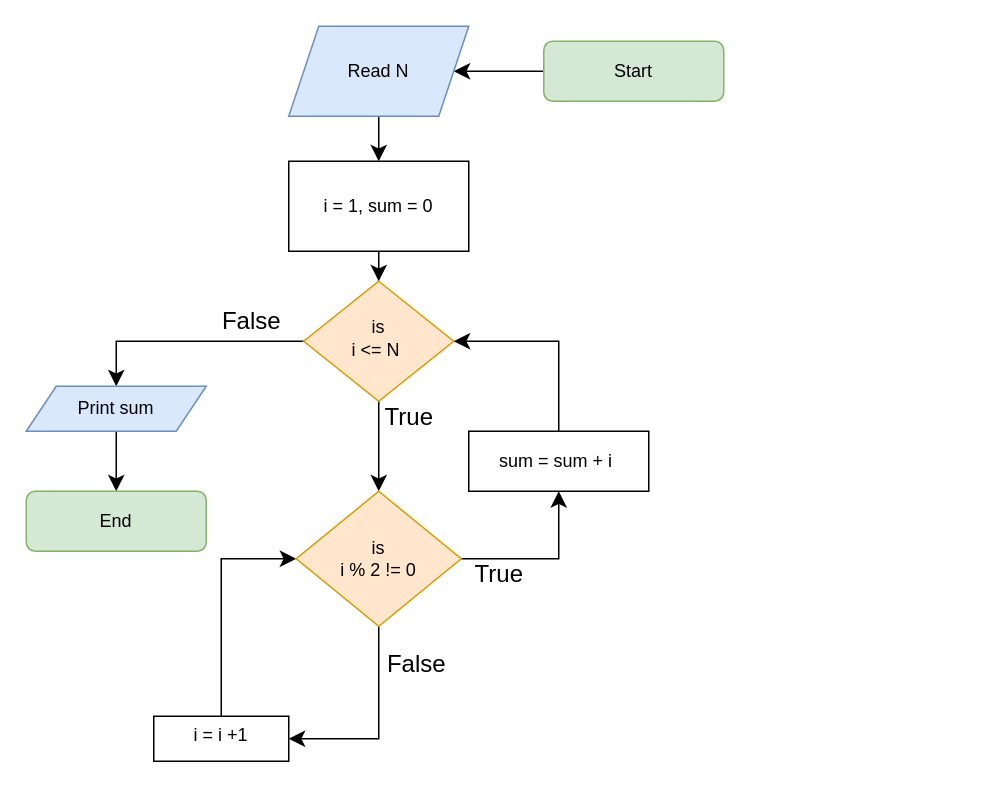
The draw.io diagram Exercise1_14.drawio in LONGDKZdev/Flowchart, before the edit. Source tidied: cells renumbered, new cells numbered last; positions are measured from the earlier drawing's top-left corner, leaving out a move shared by most shapes. Both pictures are drawn from the tidied source at 150%, with x=0, y=0 at pixel (26, 26).
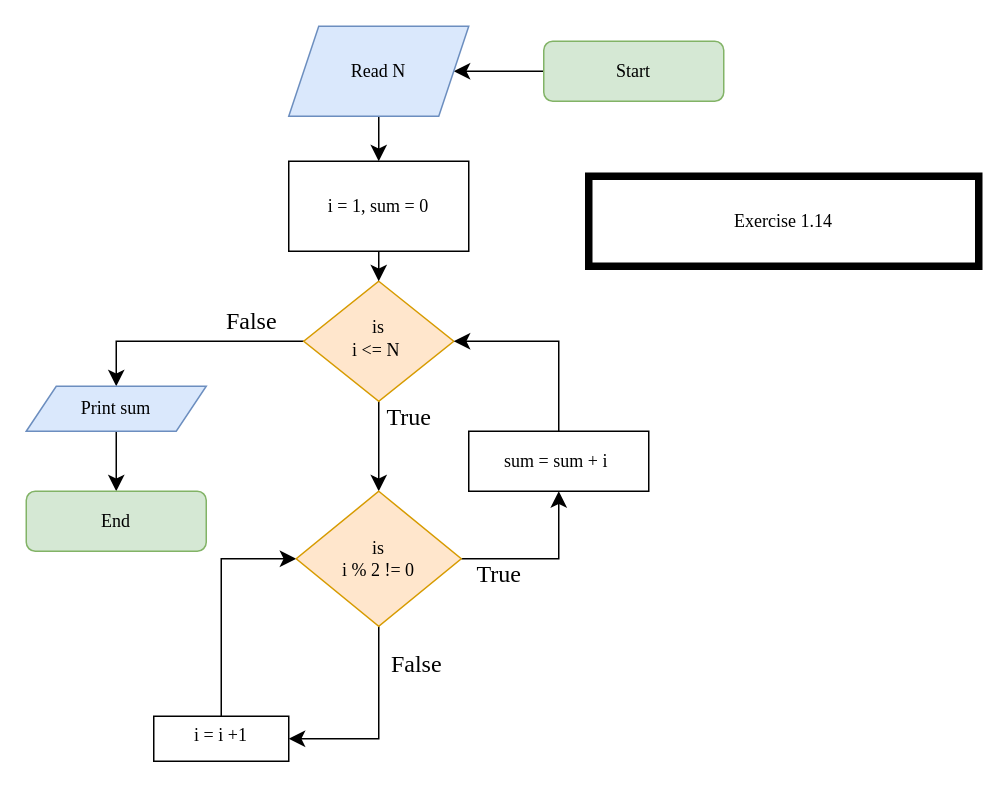
After the change.

The edit, as a diff of the source:
```diff
@@
-    <mxCell id="2" style="edgeStyle=none;curved=1;rounded=0;jettySize=auto;html=1;fontSize=12;startSize=8;endSize=8;" parent="1" edge="1" source="3" target="8">
+    <mxCell id="2" style="edgeStyle=none;curved=1;rounded=0;jettySize=auto;html=1;fontSize=12;startSize=8;endSize=8;fontFamily=Times New Roman;" parent="1" edge="1" source="3" target="8">
       <mxGeometry relative="1" as="geometry" />
     </mxCell>
-    <mxCell id="3" value="Start" style="rounded=1;whiteSpace=wrap;html=1;fontSize=12;glass=0;strokeWidth=1;shadow=0;fillColor=#d5e8d4;strokeColor=#82b366;" parent="1" vertex="1">
+    <mxCell id="3" value="Start" style="rounded=1;whiteSpace=wrap;html=1;fontSize=12;glass=0;strokeWidth=1;shadow=0;fillColor=#d5e8d4;strokeColor=#82b366;fontFamily=Times New Roman;" parent="1" vertex="1">
       <mxGeometry x="345" y="10" width="120" height="40" as="geometry" />
     </mxCell>
-    <mxCell id="4" style="edgeStyle=none;curved=1;rounded=0;jettySize=auto;html=1;fontSize=12;startSize=8;endSize=8;" parent="1" edge="1" source="6" target="17">
+    <mxCell id="4" style="edgeStyle=none;curved=1;rounded=0;jettySize=auto;html=1;fontSize=12;startSize=8;endSize=8;fontFamily=Times New Roman;" parent="1" edge="1" source="6" target="17">
       <mxGeometry relative="1" as="geometry" />
     </mxCell>
-    <mxCell id="5" style="edgeStyle=orthogonalEdgeStyle;rounded=0;jettySize=auto;html=1;entryX=0.5;entryY=0;entryDx=0;entryDy=0;fontSize=12;startSize=8;endSize=8;" parent="1" edge="1" source="6" target="20">
+    <mxCell id="5" style="edgeStyle=orthogonalEdgeStyle;rounded=0;jettySize=auto;html=1;entryX=0.5;entryY=0;entryDx=0;entryDy=0;fontSize=12;startSize=8;endSize=8;fontFamily=Times New Roman;" parent="1" edge="1" source="6" target="20">
       <mxGeometry relative="1" as="geometry" />
     </mxCell>
-    <mxCell id="6" value="is&lt;div&gt;i &amp;lt;= N&amp;nbsp;&lt;/div&gt;" style="rhombus;whiteSpace=wrap;html=1;shadow=0;fontFamily=Helvetica;fontSize=12;align=center;strokeWidth=1;spacing=6;spacingTop=-4;fillColor=#ffe6cc;strokeColor=#d79b00;" parent="1" vertex="1">
+    <mxCell id="6" value="is&lt;div&gt;i &amp;lt;= N&amp;nbsp;&lt;/div&gt;" style="rhombus;whiteSpace=wrap;html=1;shadow=0;fontFamily=Times New Roman;fontSize=12;align=center;strokeWidth=1;spacing=6;spacingTop=-4;fillColor=#ffe6cc;strokeColor=#d79b00;" parent="1" vertex="1">
       <mxGeometry x="185" y="170" width="100" height="80" as="geometry" />
     </mxCell>
-    <mxCell id="7" style="edgeStyle=none;curved=1;rounded=0;jettySize=auto;html=1;fontSize=12;startSize=8;endSize=8;" parent="1" edge="1" source="8" target="10">
+    <mxCell id="7" style="edgeStyle=none;curved=1;rounded=0;jettySize=auto;html=1;fontSize=12;startSize=8;endSize=8;fontFamily=Times New Roman;" parent="1" edge="1" source="8" target="10">
       <mxGeometry relative="1" as="geometry" />
     </mxCell>
-    <mxCell id="8" value="Read N" style="shape=parallelogram;perimeter=parallelogramPerimeter;whiteSpace=wrap;html=1;fixedSize=1;fillColor=#dae8fc;strokeColor=#6c8ebf;" parent="1" vertex="1">
+    <mxCell id="8" value="Read N" style="shape=parallelogram;perimeter=parallelogramPerimeter;whiteSpace=wrap;html=1;fixedSize=1;fillColor=#dae8fc;strokeColor=#6c8ebf;fontFamily=Times New Roman;" parent="1" vertex="1">
       <mxGeometry x="175" width="120" height="60" as="geometry" />
     </mxCell>
-    <mxCell id="9" style="edgeStyle=none;curved=1;rounded=0;jettySize=auto;html=1;entryX=0.5;entryY=0;entryDx=0;entryDy=0;fontSize=12;startSize=8;endSize=8;" parent="1" edge="1" source="10" target="6">
+    <mxCell id="9" style="edgeStyle=none;curved=1;rounded=0;jettySize=auto;html=1;entryX=0.5;entryY=0;entryDx=0;entryDy=0;fontSize=12;startSize=8;endSize=8;fontFamily=Times New Roman;" parent="1" edge="1" source="10" target="6">
       <mxGeometry relative="1" as="geometry" />
     </mxCell>
-    <mxCell id="10" value="i = 1, sum = 0" style="whiteSpace=wrap;html=1;" parent="1" vertex="1">
+    <mxCell id="10" value="i = 1, sum = 0" style="whiteSpace=wrap;html=1;fontFamily=Times New Roman;" parent="1" vertex="1">
       <mxGeometry x="175" y="90" width="120" height="60" as="geometry" />
     </mxCell>
-    <mxCell id="11" value="False" style="text;html=1;align=center;verticalAlign=middle;strokeColor=none;fillColor=none;fontSize=16;" parent="1" vertex="1">
+    <mxCell id="11" value="False" style="text;html=1;align=center;verticalAlign=middle;strokeColor=none;fillColor=none;fontSize=16;fontFamily=Times New Roman;" parent="1" vertex="1">
       <mxGeometry x="120" y="181" width="60" height="30" as="geometry" />
     </mxCell>
-    <mxCell id="12" style="edgeStyle=orthogonalEdgeStyle;rounded=0;jettySize=auto;html=1;entryX=0;entryY=0.5;entryDx=0;entryDy=0;fontSize=12;startSize=8;endSize=8;exitX=0.5;exitY=0;exitDx=0;exitDy=0;" parent="1" edge="1" target="17">
+    <mxCell id="12" style="edgeStyle=orthogonalEdgeStyle;rounded=0;jettySize=auto;html=1;entryX=0;entryY=0.5;entryDx=0;entryDy=0;fontSize=12;startSize=8;endSize=8;exitX=0.5;exitY=0;exitDx=0;exitDy=0;fontFamily=Times New Roman;" parent="1" edge="1" target="17">
       <mxGeometry relative="1" as="geometry">
         <mxPoint x="130" y="460" as="sourcePoint" />
         <Array as="points">
           <mxPoint x="130" y="355" />
         </Array>
       </mxGeometry>
     </mxCell>
-    <mxCell id="13" value="i = i +1" style="whiteSpace=wrap;html=1;shadow=0;strokeWidth=1;spacing=6;spacingTop=-4;" parent="1" vertex="1">
+    <mxCell id="13" value="i = i +1" style="whiteSpace=wrap;html=1;shadow=0;strokeWidth=1;spacing=6;spacingTop=-4;fontFamily=Times New Roman;" parent="1" vertex="1">
       <mxGeometry x="85" y="460" width="90" height="30" as="geometry" />
     </mxCell>
-    <mxCell id="14" value="True" style="text;html=1;align=center;verticalAlign=middle;strokeColor=none;fillColor=none;fontSize=16;" parent="1" vertex="1">
-      <mxGeometry x="225" y="245" width="60" height="30" as="geometry" />
+    <mxCell id="14" value="True" style="text;html=1;align=center;verticalAlign=middle;strokeColor=none;fillColor=none;fontSize=16;fontFamily=Times New Roman;" parent="1" vertex="1">
+      <mxGeometry x="230" y="245" width="50" height="30" as="geometry" />
     </mxCell>
-    <mxCell id="15" style="edgeStyle=orthogonalEdgeStyle;rounded=0;jettySize=auto;html=1;fontSize=12;startSize=8;endSize=8;exitX=0.5;exitY=1;exitDx=0;exitDy=0;" parent="1" edge="1" source="17">
+    <mxCell id="15" style="edgeStyle=orthogonalEdgeStyle;rounded=0;jettySize=auto;html=1;fontSize=12;startSize=8;endSize=8;exitX=0.5;exitY=1;exitDx=0;exitDy=0;fontFamily=Times New Roman;" parent="1" edge="1" source="17">
       <mxGeometry relative="1" as="geometry">
         <mxPoint x="175" y="475" as="targetPoint" />
         <Array as="points">
           <mxPoint x="235" y="475" />
         </Array>
       </mxGeometry>
     </mxCell>
-    <mxCell id="16" style="edgeStyle=orthogonalEdgeStyle;rounded=0;jettySize=auto;html=1;fontSize=12;startSize=8;endSize=8;exitX=1;exitY=0.5;exitDx=0;exitDy=0;" parent="1" edge="1" source="17">
+    <mxCell id="16" style="edgeStyle=orthogonalEdgeStyle;rounded=0;jettySize=auto;html=1;fontSize=12;startSize=8;endSize=8;exitX=1;exitY=0.5;exitDx=0;exitDy=0;fontFamily=Times New Roman;" parent="1" edge="1" source="17">
       <mxGeometry relative="1" as="geometry">
         <mxPoint x="355" y="310" as="targetPoint" />
         <Array as="points">
           <mxPoint x="355" y="355" />
         </Array>
       </mxGeometry>
     </mxCell>
-    <mxCell id="17" value="&lt;div&gt;is&lt;/div&gt;i % 2 != 0" style="rhombus;whiteSpace=wrap;html=1;fillColor=#ffe6cc;strokeColor=#d79b00;" parent="1" vertex="1">
+    <mxCell id="17" value="&lt;div&gt;is&lt;/div&gt;i % 2 != 0" style="rhombus;whiteSpace=wrap;html=1;fillColor=#ffe6cc;strokeColor=#d79b00;fontFamily=Times New Roman;" parent="1" vertex="1">
       <mxGeometry x="180" y="310" width="110" height="90" as="geometry" />
     </mxCell>
-    <mxCell id="18" value="False" style="text;html=1;align=center;verticalAlign=middle;strokeColor=none;fillColor=none;fontSize=16;" parent="1" vertex="1">
+    <mxCell id="18" value="False" style="text;html=1;align=center;verticalAlign=middle;strokeColor=none;fillColor=none;fontSize=16;fontFamily=Times New Roman;" parent="1" vertex="1">
       <mxGeometry x="230" y="410" width="60" height="30" as="geometry" />
     </mxCell>
-    <mxCell id="19" style="edgeStyle=none;curved=1;rounded=0;jettySize=auto;html=1;fontSize=12;startSize=8;endSize=8;entryX=0.5;entryY=0;entryDx=0;entryDy=0;" parent="1" edge="1" source="20" target="22">
+    <mxCell id="19" style="edgeStyle=none;curved=1;rounded=0;jettySize=auto;html=1;fontSize=12;startSize=8;endSize=8;entryX=0.5;entryY=0;entryDx=0;entryDy=0;fontFamily=Times New Roman;" parent="1" edge="1" source="20" target="22">
       <mxGeometry relative="1" as="geometry" />
     </mxCell>
-    <mxCell id="20" value="Print sum" style="shape=parallelogram;perimeter=parallelogramPerimeter;whiteSpace=wrap;html=1;fixedSize=1;fillColor=#dae8fc;strokeColor=#6c8ebf;" parent="1" vertex="1">
+    <mxCell id="20" value="Print sum" style="shape=parallelogram;perimeter=parallelogramPerimeter;whiteSpace=wrap;html=1;fixedSize=1;fillColor=#dae8fc;strokeColor=#6c8ebf;fontFamily=Times New Roman;" parent="1" vertex="1">
       <mxGeometry y="240" width="120" height="30" as="geometry" />
     </mxCell>
-    <mxCell id="21" value="True" style="text;html=1;align=center;verticalAlign=middle;strokeColor=none;fillColor=none;fontSize=16;" parent="1" vertex="1">
-      <mxGeometry x="285" y="350" width="60" height="30" as="geometry" />
+    <mxCell id="21" value="True" style="text;html=1;align=center;verticalAlign=middle;strokeColor=none;fillColor=none;fontSize=16;fontFamily=Times New Roman;" parent="1" vertex="1">
+      <mxGeometry x="290" y="350" width="50" height="30" as="geometry" />
     </mxCell>
-    <mxCell id="22" value="End" style="rounded=1;whiteSpace=wrap;html=1;fontSize=12;glass=0;strokeWidth=1;shadow=0;fillColor=#d5e8d4;strokeColor=#82b366;" parent="1" vertex="1">
+    <mxCell id="22" value="End" style="rounded=1;whiteSpace=wrap;html=1;fontSize=12;glass=0;strokeWidth=1;shadow=0;fillColor=#d5e8d4;strokeColor=#82b366;fontFamily=Times New Roman;" parent="1" vertex="1">
       <mxGeometry y="310" width="120" height="40" as="geometry" />
     </mxCell>
-    <mxCell id="23" style="edgeStyle=orthogonalEdgeStyle;rounded=0;jettySize=auto;html=1;entryX=1;entryY=0.5;entryDx=0;entryDy=0;fontSize=12;startSize=8;endSize=8;exitX=0.5;exitY=0;exitDx=0;exitDy=0;" parent="1" edge="1" source="24" target="6">
+    <mxCell id="23" style="edgeStyle=orthogonalEdgeStyle;rounded=0;jettySize=auto;html=1;entryX=1;entryY=0.5;entryDx=0;entryDy=0;fontSize=12;startSize=8;endSize=8;exitX=0.5;exitY=0;exitDx=0;exitDy=0;fontFamily=Times New Roman;" parent="1" edge="1" source="24" target="6">
       <mxGeometry relative="1" as="geometry" />
     </mxCell>
-    <mxCell id="24" value="sum = sum + i&amp;nbsp;" style="rounded=0;whiteSpace=wrap;html=1;" parent="1" vertex="1">
+    <mxCell id="24" value="sum = sum + i&amp;nbsp;" style="rounded=0;whiteSpace=wrap;html=1;fontFamily=Times New Roman;" parent="1" vertex="1">
       <mxGeometry x="295" y="270" width="120" height="40" as="geometry" />
     </mxCell>
+    <mxCell id="25" value="Exercise 1.14" style="rounded=0;whiteSpace=wrap;html=1;strokeWidth=5;fontFamily=Times New Roman;" parent="1" vertex="1">
+      <mxGeometry x="375" y="100" width="260" height="60" as="geometry" />
+    </mxCell>
```
